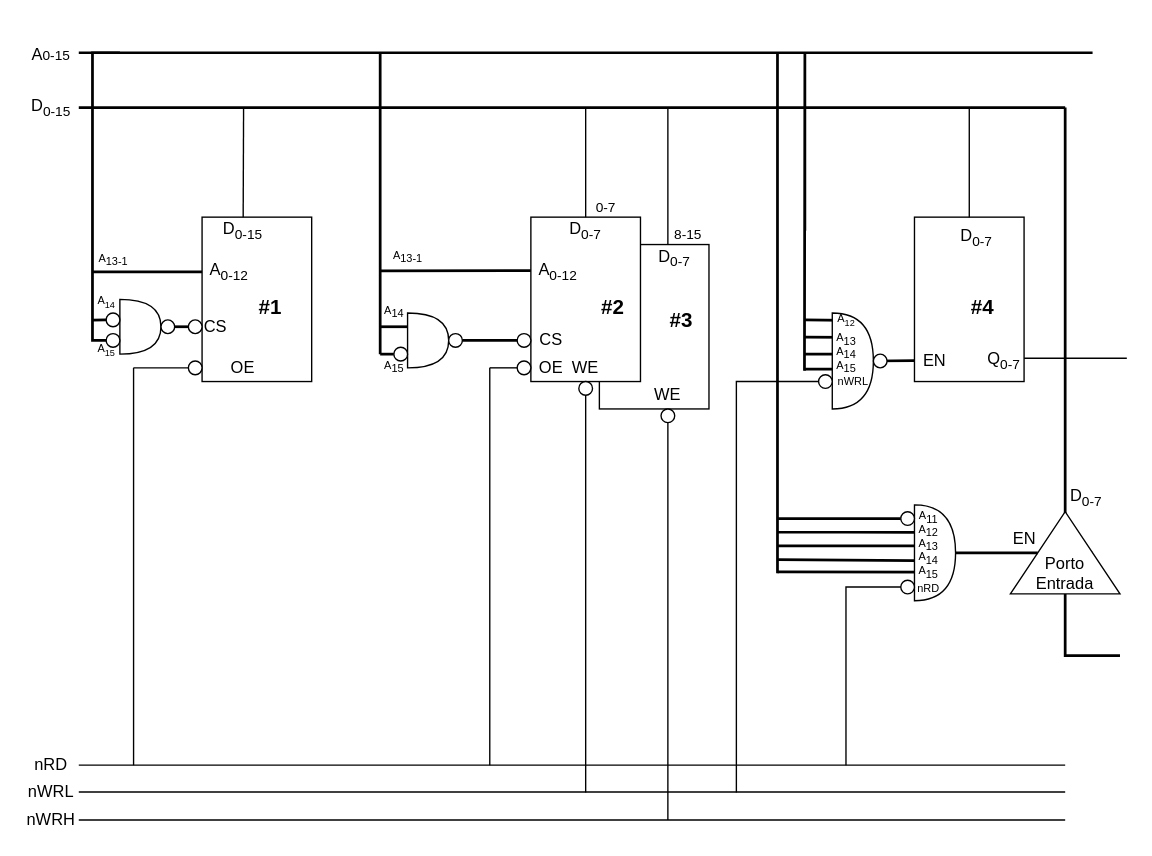
s8nm4m/AC keeps this draw.io diagram as Trab3/final.drawio. Above is the earlier version. Source tidied: cells renumbered, new cells numbered last; positions are measured from the earlier drawing's top-left corner, leaving out a move shared by most shapes. Both pictures are drawn from the tidied source at 137%, with x=0, y=0 at pixel (23, 38).
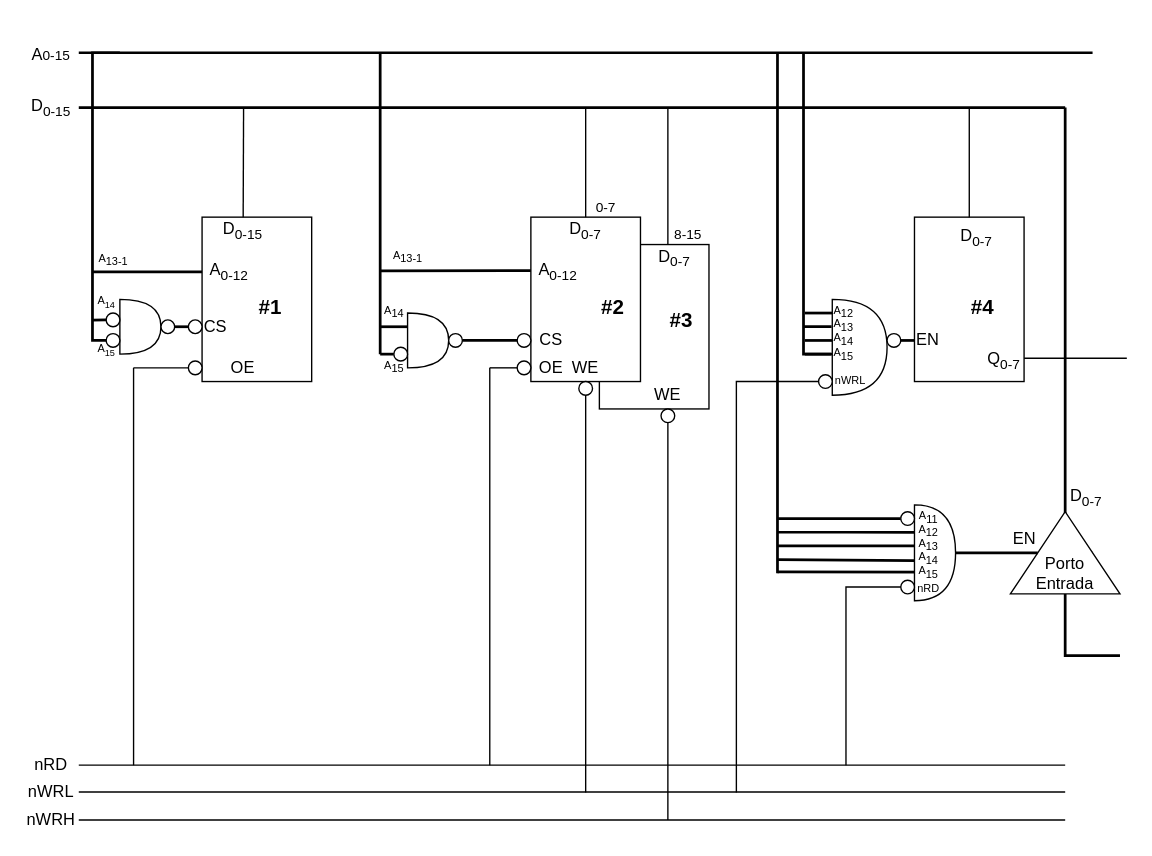
After the change.

Unchanged cells that the change refers to:
```xml
<mxCell id="11" style="rounded=0;whiteSpace=wrap;html=1;" parent="1" vertex="1">
  <mxGeometry x="650" y="130" width="80" height="120" as="geometry" />
</mxCell>
```

Change to the diagram source:
```diff
@@
-    <mxCell id="3" style="endArrow=none;html=1;rounded=0;strokeWidth=2;exitX=1;exitY=0.5;exitDx=0;exitDy=0;exitPerimeter=0;entryX=-0.003;entryY=0.873;entryDx=0;entryDy=0;entryPerimeter=0;" parent="1" edge="1" source="76" target="11">
+    <mxCell id="3" style="endArrow=none;html=1;rounded=0;strokeWidth=2;exitX=0;exitY=0.75;exitDx=0;exitDy=0;entryX=1;entryY=0.5;entryDx=0;entryDy=0;" parent="1" edge="1" source="11" target="91">
       <mxGeometry relative="1" as="geometry" />
     </mxCell>
-    <mxCell id="4" style="endArrow=none;html=1;rounded=0;strokeWidth=2;" parent="1" edge="1">
+    <mxCell id="4" style="endArrow=none;html=1;rounded=0;strokeWidth=2;entryX=0.004;entryY=0.429;entryDx=0;entryDy=0;entryPerimeter=0;" parent="1" edge="1">
       <mxGeometry relative="1" as="geometry">
-        <mxPoint x="570" y="230" as="sourcePoint" />
-        <mxPoint x="600" y="230" as="targetPoint" />
+        <mxPoint x="570" y="220" as="sourcePoint" />
+        <mxPoint x="590.2" y="220" as="targetPoint" />
       </mxGeometry>
     </mxCell>
-    <mxCell id="5" style="endArrow=none;html=1;rounded=0;strokeWidth=2;" parent="1" edge="1">
+    <mxCell id="5" style="endArrow=none;html=1;rounded=0;strokeWidth=2;entryX=-0.012;entryY=0.285;entryDx=0;entryDy=0;entryPerimeter=0;" parent="1" edge="1" target="76">
       <mxGeometry relative="1" as="geometry">
-        <mxPoint x="570" y="217.5" as="sourcePoint" />
-        <mxPoint x="600" y="217.8" as="targetPoint" />
+        <mxPoint x="569" y="210" as="sourcePoint" />
       </mxGeometry>
     </mxCell>
-    <mxCell id="6" style="endArrow=none;html=1;rounded=0;strokeWidth=2;exitX=0.987;exitY=0.591;exitDx=0;exitDy=0;exitPerimeter=0;" parent="1" edge="1">
+    <mxCell id="6" style="endArrow=none;html=1;rounded=0;strokeWidth=2;entryX=0.002;entryY=0.571;entryDx=0;entryDy=0;entryPerimeter=0;" parent="1" edge="1" target="76">
       <mxGeometry relative="1" as="geometry">
-        <mxPoint x="569.7" y="240.9" as="sourcePoint" />
-        <mxPoint x="600" y="241" as="targetPoint" />
+        <mxPoint x="570" y="230" as="sourcePoint" />
       </mxGeometry>
     </mxCell>
@@
-    <mxCell id="36" style="endArrow=none;html=1;rounded=0;strokeWidth=2;entryX=0;entryY=1;entryDx=0;entryDy=0;entryPerimeter=0;exitX=0.987;exitY=0.589;exitDx=0;exitDy=0;exitPerimeter=0;" parent="1" edge="1">
+    <mxCell id="36" style="endArrow=none;html=1;rounded=0;strokeWidth=2;entryX=0;entryY=1;entryDx=0;entryDy=0;entryPerimeter=0;" parent="1" edge="1">
       <mxGeometry relative="1" as="geometry">
-        <mxPoint x="569.7" y="242.1" as="sourcePoint" />
-        <mxPoint x="570" y="140" as="targetPoint" />
+        <mxPoint x="589" y="230" as="sourcePoint" />
+        <mxPoint x="569" y="140" as="targetPoint" />
         <Array as="points">
-          <mxPoint x="570" y="10" />
+          <mxPoint x="569" y="230" />
+          <mxPoint x="569" y="10" />
         </Array>
       </mxGeometry>
     </mxCell>
@@
     <mxCell id="74" value="EN" style="text;html=1;strokeColor=none;fillColor=none;align=center;verticalAlign=middle;whiteSpace=wrap;rounded=0;" parent="1" vertex="1">
-      <mxGeometry x="635" y="215" width="60" height="40" as="geometry" />
+      <mxGeometry x="630" y="200" width="60" height="40" as="geometry" />
     </mxCell>
-    <mxCell id="75" style="endArrow=none;html=1;rounded=0;strokeWidth=2;" parent="1" edge="1">
+    <mxCell id="75" style="endArrow=none;html=1;rounded=0;strokeWidth=2;" parent="1" edge="1" source="82">
       <mxGeometry relative="1" as="geometry">
-        <mxPoint x="570" y="205" as="sourcePoint" />
         <mxPoint x="600" y="205.3" as="targetPoint" />
       </mxGeometry>
     </mxCell>
     <mxCell id="76" style="shape=or;whiteSpace=wrap;html=1;" parent="1" vertex="1">
-      <mxGeometry x="590" y="200" width="30" height="70" as="geometry" />
+      <mxGeometry x="590" y="190" width="40" height="70" as="geometry" />
     </mxCell>
@@
     <mxCell id="79" value="A&lt;sub style=&quot;font-size: 8px;&quot;&gt;15&lt;/sub&gt;" style="text;html=1;align=center;verticalAlign=middle;strokeColor=none;fillColor=none;fontSize=8;" parent="1" vertex="1">
-      <mxGeometry x="580" y="225" width="40" height="30" as="geometry" />
+      <mxGeometry x="578" y="216" width="40" height="30" as="geometry" />
     </mxCell>
     <mxCell id="80" value="A&lt;sub style=&quot;font-size: 8px;&quot;&gt;14&lt;/sub&gt;" style="text;html=1;align=center;verticalAlign=middle;strokeColor=none;fillColor=none;fontSize=8;" parent="1" vertex="1">
-      <mxGeometry x="580" y="215" width="40" height="30" as="geometry" />
+      <mxGeometry x="578" y="205" width="40" height="30" as="geometry" />
     </mxCell>
-    <mxCell id="81" value="A&lt;sub style=&quot;font-size: 8px;&quot;&gt;13&lt;br&gt;&lt;/sub&gt;" style="text;html=1;align=center;verticalAlign=middle;strokeColor=none;fillColor=none;fontSize=8;" parent="1" vertex="1">
-      <mxGeometry x="580" y="205" width="40" height="30" as="geometry" />
+    <mxCell id="81" value="A&lt;sub style=&quot;font-size: 8px;&quot;&gt;13&lt;br style=&quot;font-size: 8px;&quot;&gt;&lt;/sub&gt;" style="text;html=1;align=center;verticalAlign=middle;strokeColor=none;fillColor=none;fontSize=8;" parent="1" vertex="1">
+      <mxGeometry x="578" y="195" width="40" height="30" as="geometry" />
     </mxCell>
-    <mxCell id="82" value="A&lt;sub&gt;12&lt;/sub&gt;" style="text;html=1;align=center;verticalAlign=middle;points=[];strokeColor=none;fillColor=none;fontSize=8;" parent="1" vertex="1">
-      <mxGeometry x="580" y="190" width="40" height="30" as="geometry" />
-    </mxCell>
@@
     <mxCell id="91" style="ellipse;whiteSpace=wrap;html=1;" parent="1" vertex="1">
-      <mxGeometry x="620" y="230" width="10" height="10" as="geometry" />
+      <mxGeometry x="630" y="215" width="10" height="10" as="geometry" />
     </mxCell>
@@
     <mxCell id="102" value="nWRL" style="text;html=1;align=center;verticalAlign=middle;strokeColor=none;fillColor=none;fontSize=8;" parent="1" vertex="1">
-      <mxGeometry x="580" y="240" width="50" height="20" as="geometry" />
+      <mxGeometry x="578" y="239" width="50" height="20" as="geometry" />
     </mxCell>
@@
+    <mxCell id="126" style="endArrow=none;html=1;rounded=0;strokeWidth=2;" parent="1" edge="1">
+      <mxGeometry relative="1" as="geometry">
+        <mxPoint x="570" y="200" as="sourcePoint" />
+        <mxPoint x="590" y="200" as="targetPoint" />
+        <Array as="points">
+          <mxPoint x="580" y="200" />
+          <mxPoint x="590" y="200" />
+        </Array>
+      </mxGeometry>
+    </mxCell>
+    <mxCell id="82" value="A&lt;sub style=&quot;font-size: 8px;&quot;&gt;12&lt;/sub&gt;" style="text;html=1;align=center;verticalAlign=middle;points=[];strokeColor=none;fillColor=none;fontSize=8;" parent="1" vertex="1">
+      <mxGeometry x="578" y="185" width="40" height="30" as="geometry" />
+    </mxCell>
```
